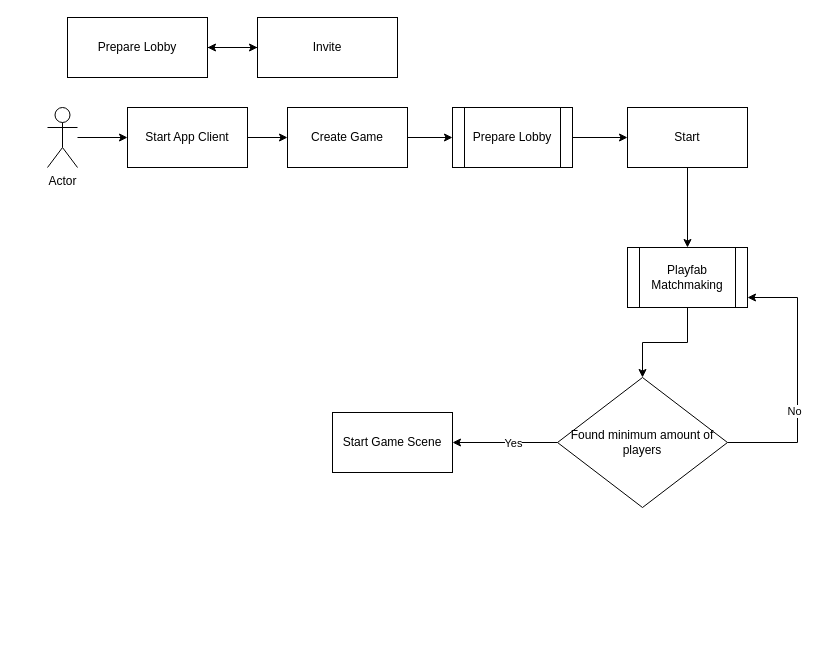
Earlier version of the draw.io diagram MOBA/Matchmaking.drawio (porfiriopartida/draw-io-diagrams). Source tidied: cells renumbered, new cells numbered last; positions are measured from the earlier drawing's top-left corner, leaving out a move shared by most shapes. Both pictures are drawn from the tidied source at 100%, with x=0, y=0 at pixel (47, 17).
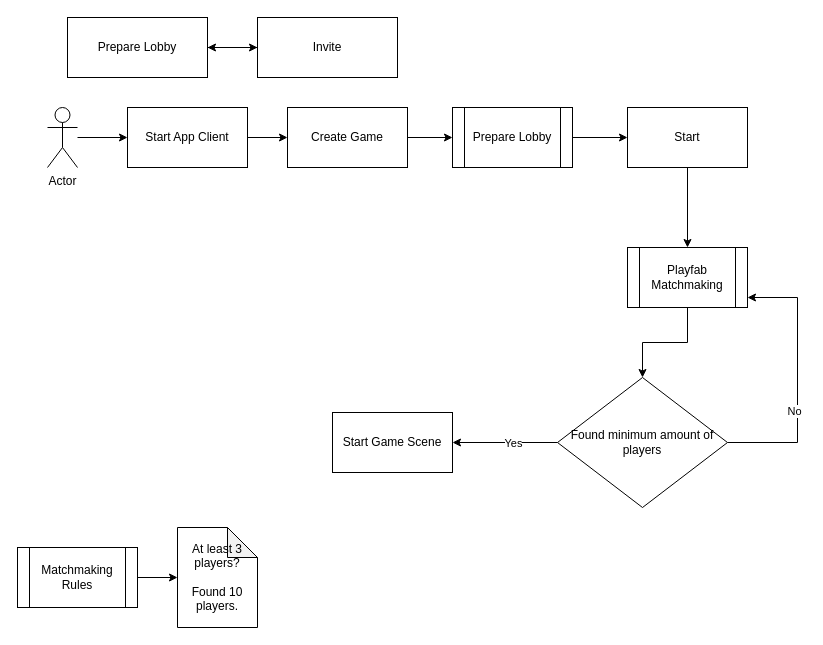
The same page after the edit.

The edit, as a diff of the source:
```diff
@@
+    <mxCell id="24" style="edgeStyle=orthogonalEdgeStyle;rounded=0;jettySize=auto;html=1;exitX=1;exitY=0.5;exitDx=0;exitDy=0;" parent="1" edge="1" source="25" target="26">
+      <mxGeometry relative="1" as="geometry" />
+    </mxCell>
+    <mxCell id="25" value="Matchmaking Rules" style="shape=process;whiteSpace=wrap;html=1;backgroundOutline=1;" parent="1" vertex="1">
+      <mxGeometry x="-30" y="530" width="120" height="60" as="geometry" />
+    </mxCell>
+    <mxCell id="26" value="At least 3 players?&lt;br&gt;&lt;br&gt;Found 10 players." style="shape=note;whiteSpace=wrap;html=1;backgroundOutline=1;darkOpacity=0.05;" parent="1" vertex="1">
+      <mxGeometry x="130" y="510" width="80" height="100" as="geometry" />
+    </mxCell>
```
